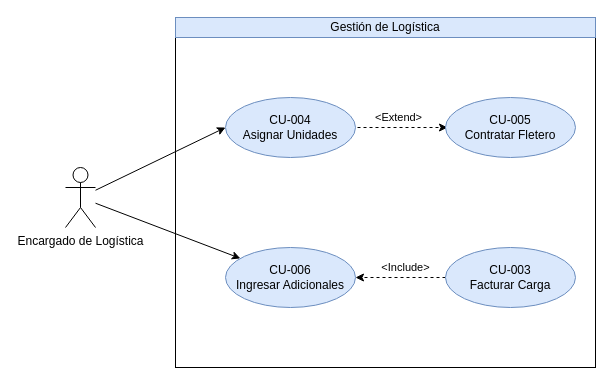
This is page "Gestión Logística" (2 of 2) of [MDS]/(FINAL)/Diagrama Casos de Uso (Gestiones 1 y 2).drawio from zherar7ordoya/AP6, a draw.io file, before an edit. Source tidied: cells renumbered, new cells numbered last; positions are measured from the earlier drawing's top-left corner, leaving out a move shared by most shapes. Both pictures are drawn from the tidied source at 100%, with x=0, y=0 at pixel (65, 17).
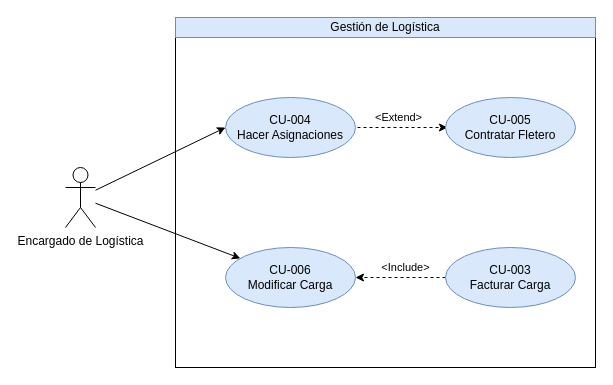
The same page after the edit.

Diff of the diagram source:
```diff
@@
 <mxGraphModel>
   <root>
     <mxCell id="0" />
     <mxCell id="1" parent="0" />
     <mxCell id="2" style="rounded=0;jettySize=auto;html=1;entryX=0;entryY=0.5;entryDx=0;entryDy=0;" parent="1" edge="1" source="9" target="6">
       <mxGeometry relative="1" as="geometry" />
     </mxCell>
     <mxCell id="3" style="rounded=0;whiteSpace=wrap;html=1;fillColor=none;" parent="1" vertex="1">
       <mxGeometry x="110" width="420" height="350" as="geometry" />
     </mxCell>
     <mxCell id="4" value="Gestión de Logística" style="rounded=0;whiteSpace=wrap;html=1;fillColor=#dae8fc;strokeColor=#6c8ebf;" parent="1" vertex="1">
       <mxGeometry x="110" width="420" height="20" as="geometry" />
     </mxCell>
     <mxCell id="5" value="&amp;lt;Extend&amp;gt;" style="edgeStyle=orthogonalEdgeStyle;rounded=0;orthogonalLoop=1;jettySize=auto;html=1;entryX=0;entryY=0.5;entryDx=0;entryDy=0;dashed=1;" parent="1" edge="1">
       <mxGeometry x="-0.09" y="10" relative="1" as="geometry">
         <mxPoint x="292" y="110" as="sourcePoint" />
         <mxPoint x="382" y="110" as="targetPoint" />
         <Array as="points">
           <mxPoint x="332" y="110" />
           <mxPoint x="332" y="110" />
         </Array>
       </mxGeometry>
     </mxCell>
-    <mxCell id="6" value="CU-004&lt;br&gt;Asignar Unidades" style="ellipse;whiteSpace=wrap;html=1;fillColor=#dae8fc;strokeColor=#6c8ebf;" parent="1" vertex="1">
+    <mxCell id="6" value="CU-004&lt;br&gt;Hacer Asignaciones" style="ellipse;whiteSpace=wrap;html=1;fillColor=#dae8fc;strokeColor=#6c8ebf;" parent="1" vertex="1">
       <mxGeometry x="160" y="80" width="130" height="60" as="geometry" />
     </mxCell>
     <mxCell id="7" value="CU-005&lt;br&gt;Contratar Fletero" style="ellipse;whiteSpace=wrap;html=1;fillColor=#dae8fc;strokeColor=#6c8ebf;" parent="1" vertex="1">
       <mxGeometry x="380" y="80" width="130" height="60" as="geometry" />
     </mxCell>
     <mxCell id="8" style="rounded=0;jettySize=auto;html=1;" parent="1" edge="1" source="9" target="10">
       <mxGeometry relative="1" as="geometry" />
     </mxCell>
     <mxCell id="9" value="Encargado de Logística" style="shape=umlActor;verticalLabelPosition=bottom;verticalAlign=top;html=1;outlineConnect=0;" parent="1" vertex="1">
       <mxGeometry y="150" width="30" height="60" as="geometry" />
     </mxCell>
-    <mxCell id="10" value="CU-006&lt;br&gt;Ingresar Adicionales" style="ellipse;whiteSpace=wrap;html=1;fillColor=#dae8fc;strokeColor=#6c8ebf;" parent="1" vertex="1">
+    <mxCell id="10" value="CU-006&lt;br&gt;Modificar Carga" style="ellipse;whiteSpace=wrap;html=1;fillColor=#dae8fc;strokeColor=#6c8ebf;" parent="1" vertex="1">
       <mxGeometry x="160" y="230" width="130" height="60" as="geometry" />
     </mxCell>
     <mxCell id="11" value="&amp;lt;Include&amp;gt;" style="edgeStyle=orthogonalEdgeStyle;rounded=0;jettySize=auto;html=1;exitX=0;exitY=0.5;exitDx=0;exitDy=0;entryX=1;entryY=0.5;entryDx=0;entryDy=0;dashed=1;" parent="1" edge="1" source="12" target="10">
       <mxGeometry x="-0.11" y="-10" relative="1" as="geometry" />
     </mxCell>
     <mxCell id="12" value="CU-003&lt;br&gt;Facturar Carga" style="ellipse;whiteSpace=wrap;html=1;fillColor=#dae8fc;strokeColor=#6c8ebf;" parent="1" vertex="1">
       <mxGeometry x="380" y="230" width="130" height="60" as="geometry" />
     </mxCell>
   </root>
 </mxGraphModel>
```
